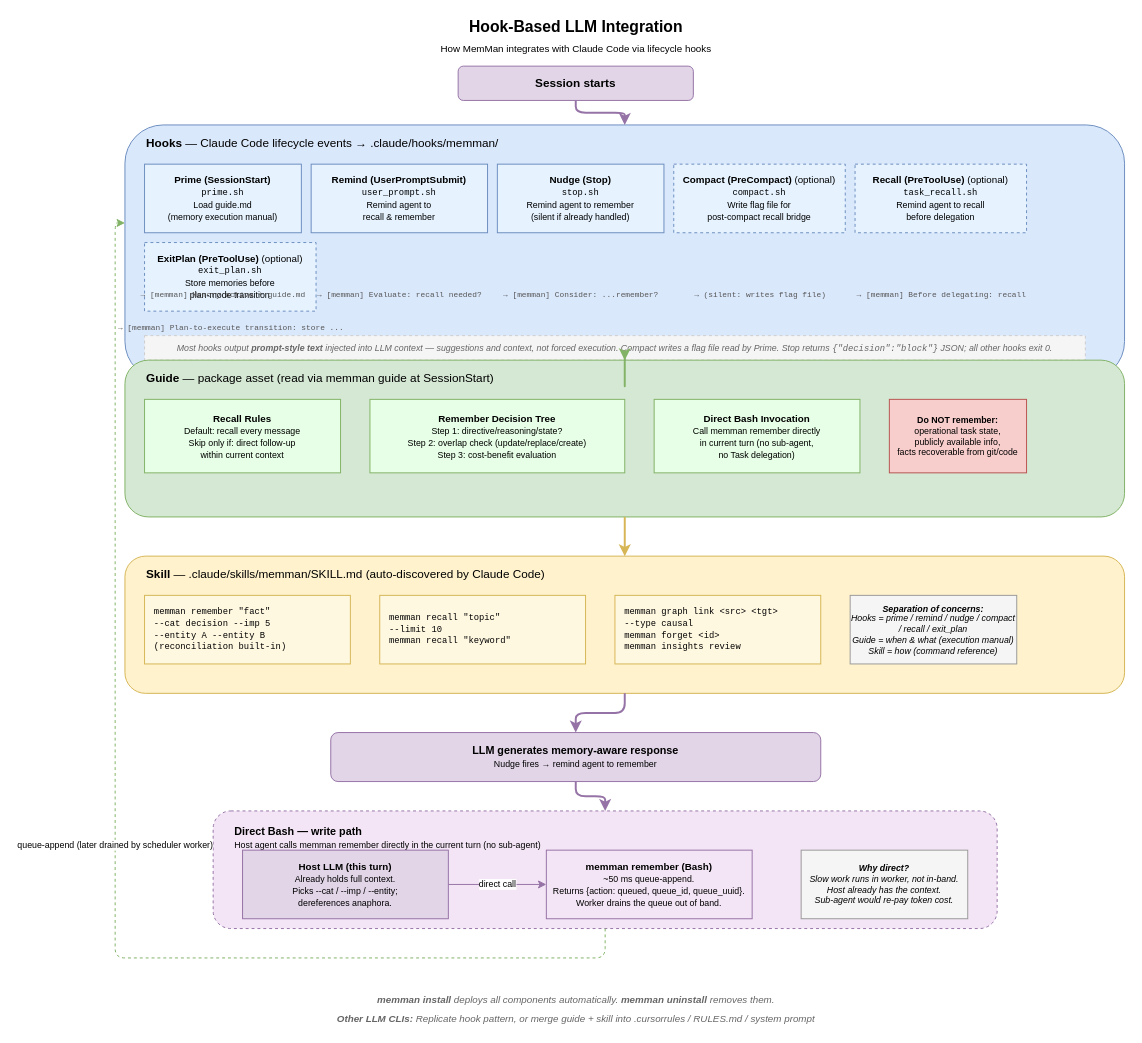
The draw.io diagram docs/diagrams/07-three-layer-integration.drawio in bissli/memman, before the edit. Source tidied: cells renumbered, new cells numbered last; positions are measured from the earlier drawing's top-left corner, leaving out a move shared by most shapes. Both pictures are drawn from the tidied source at 98%, with x=0, y=0 at pixel (115, 17).
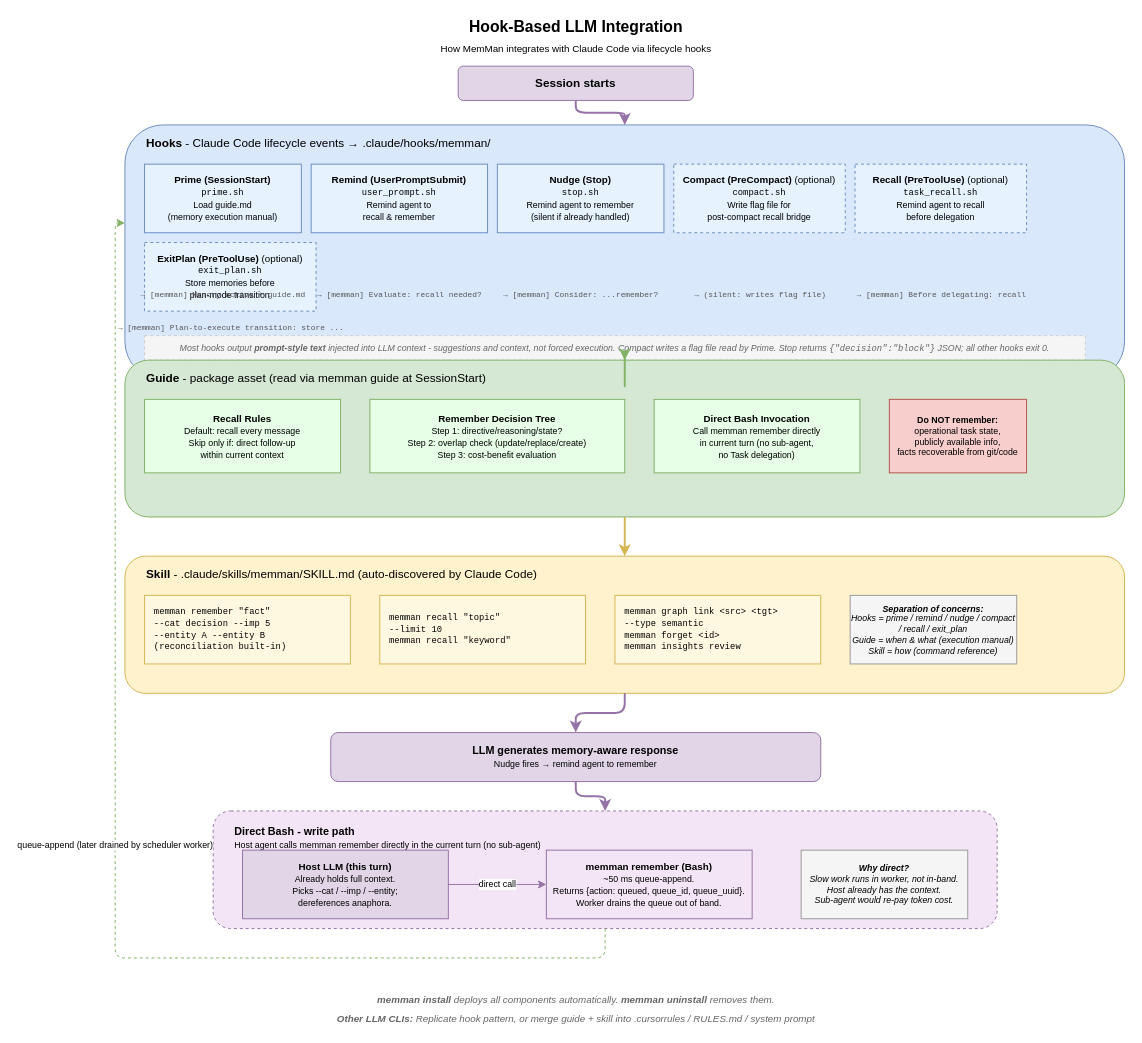
After the change.

The edit, as a diff of the source:
```diff
@@
-    <mxCell id="5" value="&lt;b&gt;Hooks&lt;/b&gt; — Claude Code lifecycle events → .claude/hooks/memman/" style="text;html=1;align=left;fontSize=12;fillColor=none;strokeColor=none;" parent="1" vertex="1">
+    <mxCell id="5" value="&lt;b&gt;Hooks&lt;/b&gt; - Claude Code lifecycle events → .claude/hooks/memman/" style="text;html=1;align=left;fontSize=12;fillColor=none;strokeColor=none;" parent="1" vertex="1">
       <mxGeometry x="30" y="115" width="500" height="25" as="geometry" />
     </mxCell>
@@
-    <mxCell id="13" value="&lt;font style=&quot;font-size:9px;font-style:italic;color:#666&quot;&gt;Most hooks output &lt;b&gt;prompt-style text&lt;/b&gt; injected into LLM context — suggestions and context, not forced execution. Compact writes a flag file read by Prime. Stop returns &lt;tt&gt;{&quot;decision&quot;:&quot;block&quot;}&lt;/tt&gt; JSON; all other hooks exit 0.&lt;/font&gt;" style="rounded=0;whiteSpace=wrap;html=1;fillColor=#f5f5f5;strokeColor=#ccc;fontSize=9;dashed=1;" parent="1" vertex="1">
+    <mxCell id="13" value="&lt;font style=&quot;font-size:9px;font-style:italic;color:#666&quot;&gt;Most hooks output &lt;b&gt;prompt-style text&lt;/b&gt; injected into LLM context - suggestions and context, not forced execution. Compact writes a flag file read by Prime. Stop returns &lt;tt&gt;{&quot;decision&quot;:&quot;block&quot;}&lt;/tt&gt; JSON; all other hooks exit 0.&lt;/font&gt;" style="rounded=0;whiteSpace=wrap;html=1;fillColor=#f5f5f5;strokeColor=#ccc;fontSize=9;dashed=1;" parent="1" vertex="1">
       <mxGeometry x="30" y="325" width="960" height="25" as="geometry" />
     </mxCell>
@@
-    <mxCell id="21" value="&lt;b&gt;Guide&lt;/b&gt; — package asset (read via memman guide at SessionStart)" style="text;html=1;align=left;fontSize=12;fillColor=none;strokeColor=none;" parent="1" vertex="1">
+    <mxCell id="21" value="&lt;b&gt;Guide&lt;/b&gt; - package asset (read via memman guide at SessionStart)" style="text;html=1;align=left;fontSize=12;fillColor=none;strokeColor=none;" parent="1" vertex="1">
       <mxGeometry x="30" y="355" width="500" height="25" as="geometry" />
     </mxCell>
@@
-    <mxCell id="28" value="&lt;b&gt;Skill&lt;/b&gt; — .claude/skills/memman/SKILL.md (auto-discovered by Claude Code)" style="text;html=1;align=left;fontSize=12;fillColor=none;strokeColor=none;" parent="1" vertex="1">
+    <mxCell id="28" value="&lt;b&gt;Skill&lt;/b&gt; - .claude/skills/memman/SKILL.md (auto-discovered by Claude Code)" style="text;html=1;align=left;fontSize=12;fillColor=none;strokeColor=none;" parent="1" vertex="1">
       <mxGeometry x="30" y="555" width="500" height="25" as="geometry" />
     </mxCell>
@@
-    <mxCell id="31" value="&lt;font style=&quot;font-family:monospace;font-size:9px&quot;&gt;memman graph link &amp;lt;src&amp;gt; &amp;lt;tgt&amp;gt;&lt;br&gt;  --type causal&lt;br&gt;memman forget &amp;lt;id&amp;gt;&lt;br&gt;memman insights review&lt;/font&gt;" style="rounded=0;whiteSpace=wrap;html=1;fillColor=#FFF8E1;strokeColor=#d6b656;fontSize=9;align=left;spacingLeft=8;" parent="1" vertex="1">
+    <mxCell id="31" value="&lt;font style=&quot;font-family:monospace;font-size:9px&quot;&gt;memman graph link &amp;lt;src&amp;gt; &amp;lt;tgt&amp;gt;&lt;br&gt;  --type semantic&lt;br&gt;memman forget &amp;lt;id&amp;gt;&lt;br&gt;memman insights review&lt;/font&gt;" style="rounded=0;whiteSpace=wrap;html=1;fillColor=#FFF8E1;strokeColor=#d6b656;fontSize=9;align=left;spacingLeft=8;" parent="1" vertex="1">
       <mxGeometry x="510" y="590" width="210" height="70" as="geometry" />
     </mxCell>
@@
-    <mxCell id="37" value="&lt;b&gt;Direct Bash — write path&lt;/b&gt;&lt;br&gt;&lt;font style=&quot;font-size:9px&quot;&gt;Host agent calls memman remember directly in the current turn (no sub-agent)&lt;/font&gt;" style="text;html=1;align=left;fontSize=11;fillColor=none;strokeColor=none;" parent="1" vertex="1">
+    <mxCell id="37" value="&lt;b&gt;Direct Bash - write path&lt;/b&gt;&lt;br&gt;&lt;font style=&quot;font-size:9px&quot;&gt;Host agent calls memman remember directly in the current turn (no sub-agent)&lt;/font&gt;" style="text;html=1;align=left;fontSize=11;fillColor=none;strokeColor=none;" parent="1" vertex="1">
       <mxGeometry x="120" y="818" width="500" height="30" as="geometry" />
     </mxCell>
```
